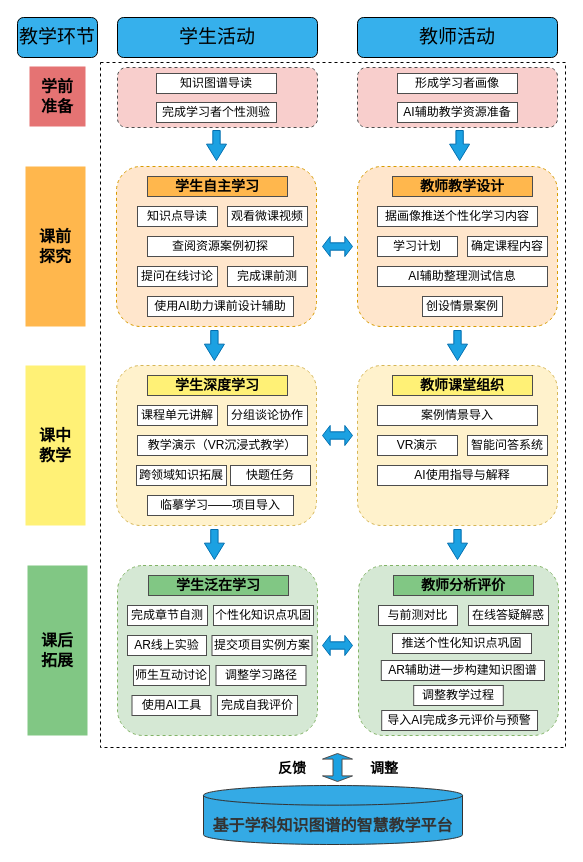
The draw.io diagram 设计素描框架图.drawio in xewy/qimo2, before the edit. Source tidied: cells renumbered, new cells numbered last; positions are measured from the earlier drawing's top-left corner, leaving out a move shared by most shapes. Both pictures are drawn from the tidied source at 100%, with x=0, y=0 at pixel (17, 17).
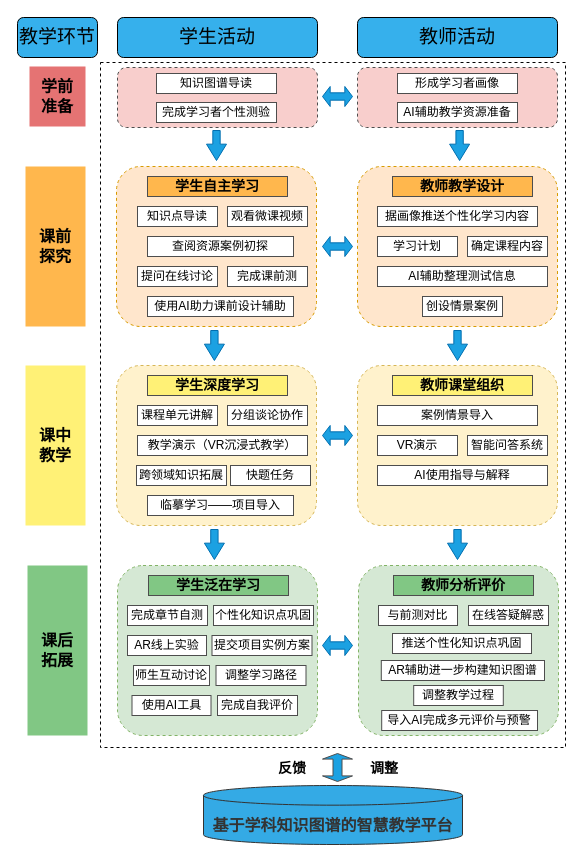
The same diagram, later.

Commit message:
更新设计素描框架图.drawio

What changed in the source:
```diff
@@
+    <mxCell id="76" style="shape=doubleArrow;whiteSpace=wrap;html=1;arrowWidth=0.36666463216145645;arrowSize=0.25555419921874434;fillColor=#1ba1e2;fontColor=#ffffff;strokeColor=#006EAF;" parent="1" vertex="1">
+      <mxGeometry x="305" y="69" width="30" height="20" as="geometry" />
+    </mxCell>
```
